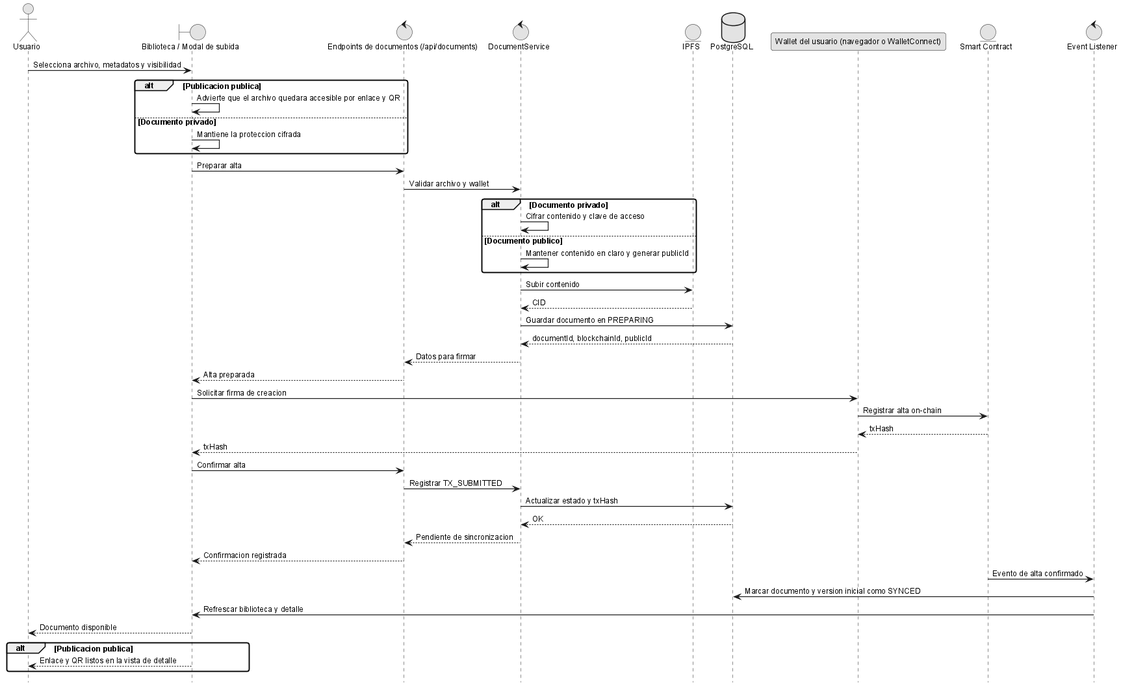
This is anexos/diagramas/seq-upload.png from ErDeivih/DocumentChain, a PlantUML export, as it was before one commit.
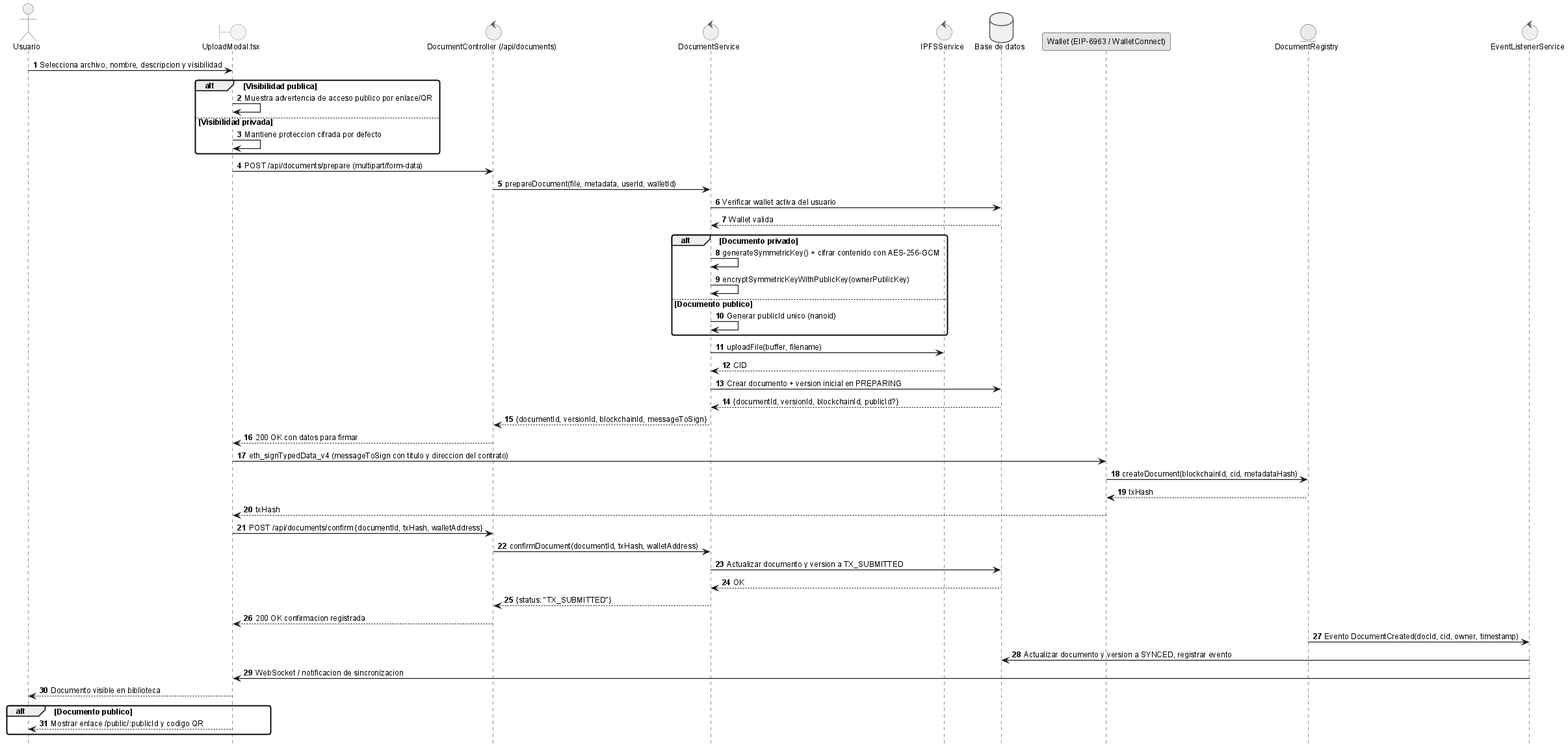
After the change.

The edit, as a diff of the source:
```diff
@@ -1,54 +1,57 @@
 @startuml
 !include _sequence-style.puml
 actor Usuario as user
-boundary "Biblioteca / Modal de subida" as ui
-control "Endpoints de documentos (/api/documents)" as api
+boundary "UploadModal.tsx" as ui
+control "DocumentController (/api/documents)" as api
 control "DocumentService" as srv
-entity "IPFS" as ipfs
-database "PostgreSQL" as db
-participant "Wallet del usuario (navegador o WalletConnect)" as wallet
-entity "Smart Contract" as sc
-control "Event Listener" as listener
+control "IPFSService" as ipfs
+database "Base de datos" as db
+participant "Wallet (EIP-6963 / WalletConnect)" as wallet
+entity "DocumentRegistry" as sc
+control "EventListenerService" as listener
 
-user -> ui: Selecciona archivo, metadatos y visibilidad
-alt Publicacion publica
-	ui -> ui: Advierte que el archivo quedara accesible por enlace y QR
-else Documento privado
-	ui -> ui: Mantiene la proteccion cifrada
+user -> ui: Selecciona archivo, nombre, descripcion y visibilidad
+alt Visibilidad publica
+    ui -> ui: Muestra advertencia de acceso publico por enlace/QR
+else Visibilidad privada
+    ui -> ui: Mantiene proteccion cifrada por defecto
 end
 
-ui -> api: Preparar alta
-api -> srv: Validar archivo y wallet
+ui -> api: POST /api/documents/prepare (multipart/form-data)
+api -> srv: prepareDocument(file, metadata, userId, walletId)
+srv -> db: Verificar wallet activa del usuario
+db --> srv: Wallet valida
 alt Documento privado
-	srv -> srv: Cifrar contenido y clave de acceso
+    srv -> srv: generateSymmetricKey() + cifrar contenido con AES-256-GCM
+    srv -> srv: encryptSymmetricKeyWithPublicKey(ownerPublicKey)
 else Documento publico
-	srv -> srv: Mantener contenido en claro y generar publicId
+    srv -> srv: Generar publicId unico (nanoid)
 end
-srv -> ipfs: Subir contenido
+srv -> ipfs: uploadFile(buffer, filename)
 ipfs --> srv: CID
-srv -> db: Guardar documento en PREPARING
-db --> srv: documentId, blockchainId, publicId
-srv --> api: Datos para firmar
-api --> ui: Alta preparada
+srv -> db: Crear documento + version inicial en PREPARING
+db --> srv: {documentId, versionId, blockchainId, publicId?}
+srv --> api: {documentId, versionId, blockchainId, messageToSign}
+api --> ui: 200 OK con datos para firmar
 
-ui -> wallet: Solicitar firma de creacion
-wallet -> sc: Registrar alta on-chain
+ui -> wallet: eth_signTypedData_v4 (messageToSign con titulo y direccion del contrato)
+wallet -> sc: createDocument(blockchainId, cid, metadataHash)
 sc --> wallet: txHash
 wallet --> ui: txHash
 
-ui -> api: Confirmar alta
-api -> srv: Registrar TX_SUBMITTED
-srv -> db: Actualizar estado y txHash
+ui -> api: POST /api/documents/confirm {documentId, txHash, walletAddress}
+api -> srv: confirmDocument(documentId, txHash, walletAddress)
+srv -> db: Actualizar documento y version a TX_SUBMITTED
 db --> srv: OK
-srv --> api: Pendiente de sincronizacion
-api --> ui: Confirmacion registrada
+srv --> api: {status: "TX_SUBMITTED"}
+api --> ui: 200 OK confirmacion registrada
 
-sc -> listener: Evento de alta confirmado
-listener -> db: Marcar documento y version inicial como SYNCED
-listener -> ui: Refrescar biblioteca y detalle
-ui --> user: Documento disponible
-alt Publicacion publica
-	ui --> user: Enlace y QR listos en la vista de detalle
+sc -> listener: Evento DocumentCreated(docId, cid, owner, timestamp)
+listener -> db: Actualizar documento y version a SYNCED, registrar evento
+listener -> ui: WebSocket / notificacion de sincronizacion
+ui --> user: Documento visible en biblioteca
+alt Documento publico
+    ui --> user: Mostrar enlace /public/:publicId y codigo QR
 end
 
 @enduml
```
